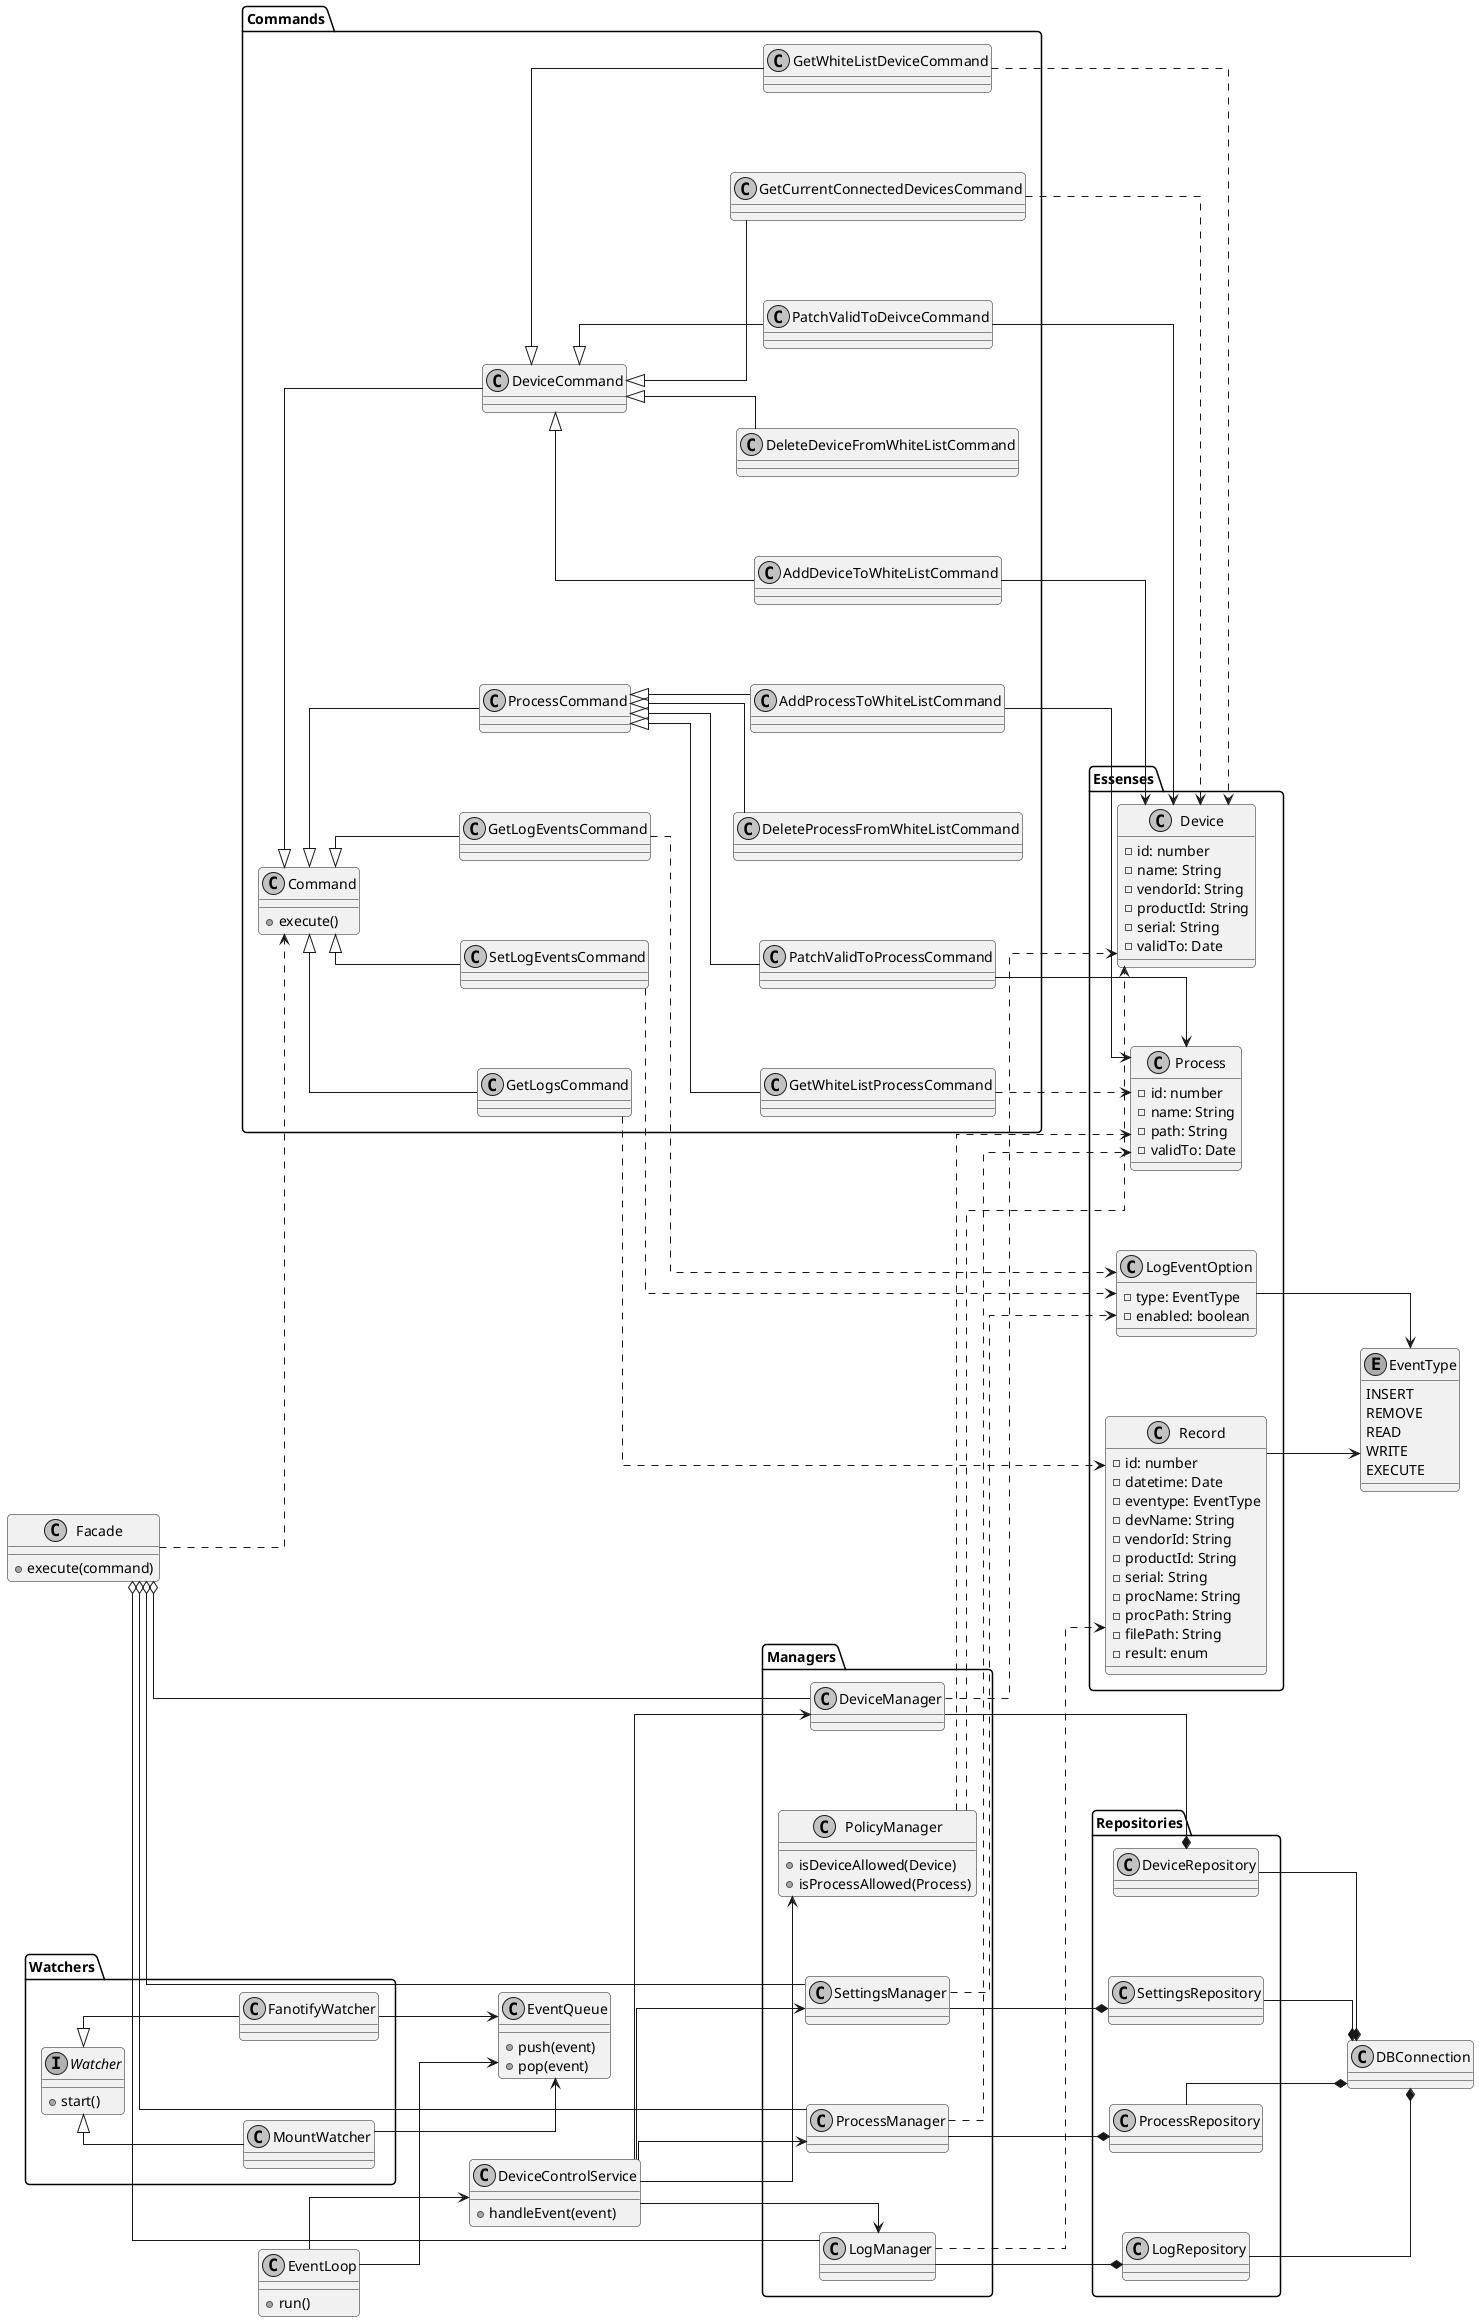
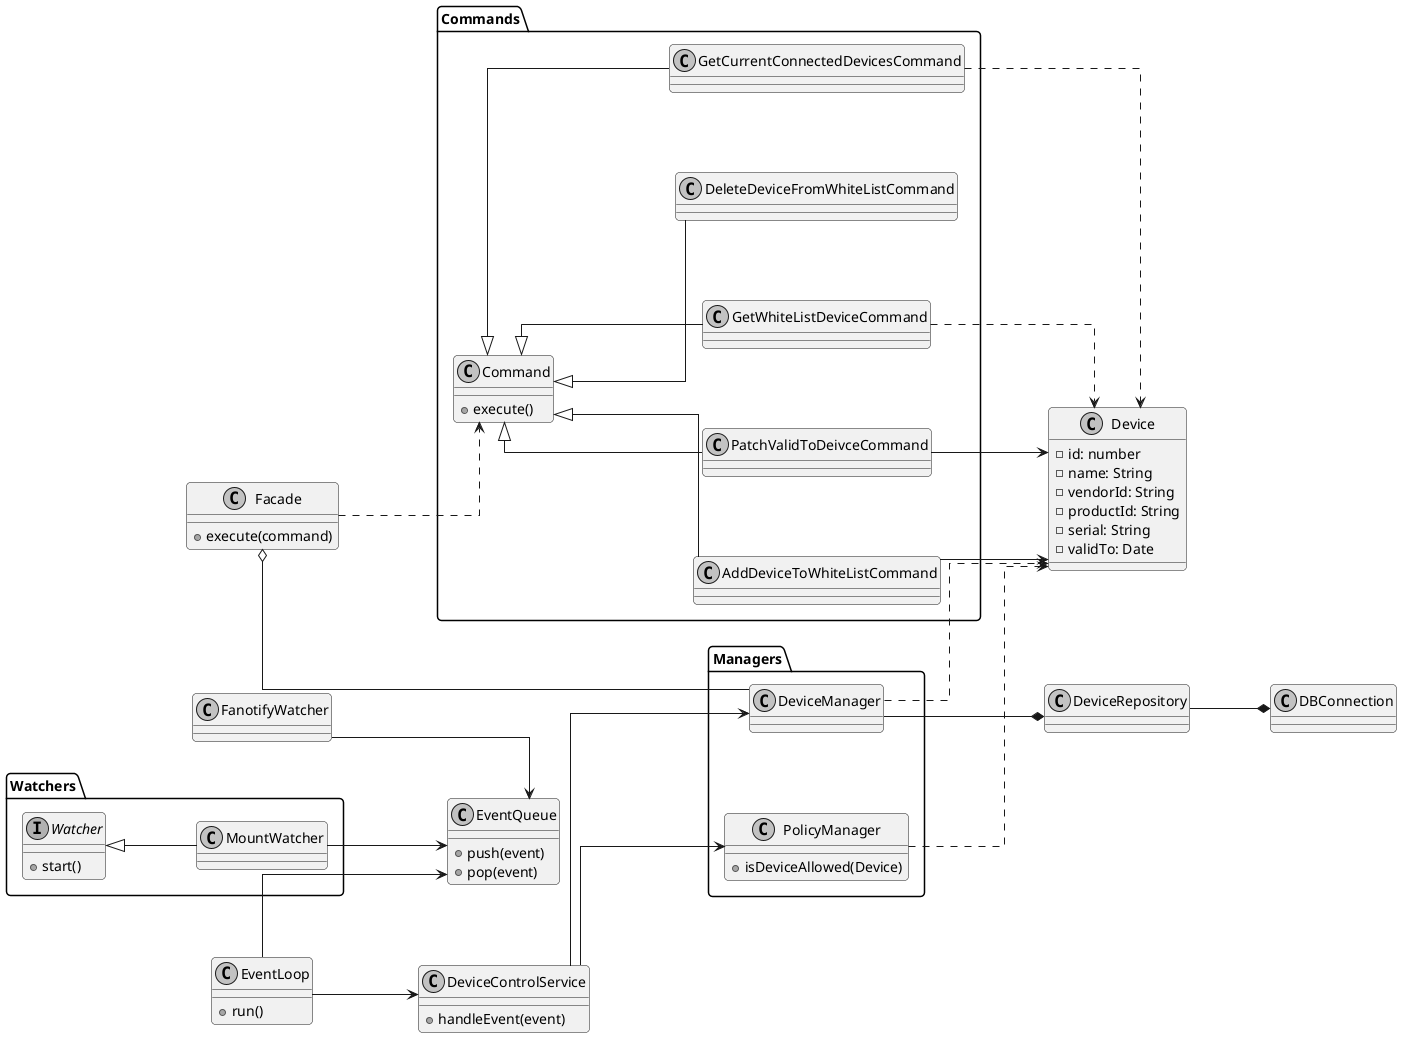
@startuml

skinparam linetype ortho

skinparam shadowing false
skinparam roundcorner 8
skinparam monochrome true

skinparam nodesep 80
skinparam ranksep 80
skinparam packagePadding 20

left to right direction

' =========================
' СУЩНОСТИ
' =========================
- enum EventType {
-   INSERT
-   REMOVE
-   READ
-   WRITE
-   EXECUTE
+ class Device {
+   - id: number
+   - name: String
+   - vendorId: String
+   - productId: String
+   - serial: String
+   - validTo: Date
}
- package "Essenses" {
-     class Device {
-     - id: number
-     - name: String
-     - vendorId: String
-     - productId: String
-     - serial: String
-     - validTo: Date
-     }
-     class Process {
-     - id: number
-     - name: String
-     - path: String
-     - validTo: Date
-     }
-     class Record {
-     - id: number
-     - datetime: Date
-     - eventype: EventType
-     - devName: String
-     - vendorId: String
-     - productId: String
-     - serial: String
-     - procName: String
-     - procPath: String
-     - filePath: String
-     - result: enum
-     }
-     class LogEventOption {
-     - type: EventType
-     - enabled: boolean
-     }
- }
- 
- Record --> EventType
- LogEventOption --> EventType

' =========================
' РЕПОЗИТОРИИ
' =========================
- package "Repositories" {
-   class SettingsRepository
-   class DeviceRepository
-   class ProcessRepository
-   class LogRepository
- }
- 
+ class DeviceRepository
class DBConnection
- 
- SettingsRepository --* DBConnection
DeviceRepository --* DBConnection
- ProcessRepository --* DBConnection
- LogRepository --* DBConnection

' =========================
' МЕНЕДЖЕРЫ
' =========================
package "Managers" {
-   class SettingsManager
  class DeviceManager
-   class ProcessManager
-   class LogManager
  class PolicyManager {
    +isDeviceAllowed(Device)
-     +isProcessAllowed(Process)
  }
}

- SettingsManager --* SettingsRepository
DeviceManager --* DeviceRepository
- ProcessManager --* ProcessRepository
- LogManager --* LogRepository

DeviceManager ..> Device
- ProcessManager ..> Process
- LogManager ..> Record
- SettingsManager ..> LogEventOption
- 
PolicyManager ..> Device
- PolicyManager ..> Process

' =========================
' ФАСАД
' =========================
class Facade {
  +execute(command)
}

- Facade o-- SettingsManager
Facade o-- DeviceManager
- Facade o-- LogManager
- Facade o-- ProcessManager

' =========================
' КОМАНДЫ
' =========================
package "Commands" {
  class Command {
    +execute()
  }
-   class DeviceCommand
-   class SetLogEventsCommand
-   class GetLogEventsCommand
-   class ProcessCommand
-   class GetLogsCommand
- 
  class GetWhiteListDeviceCommand
  class AddDeviceToWhiteListCommand
  class DeleteDeviceFromWhiteListCommand
  class PatchValidToDeivceCommand
  class GetCurrentConnectedDevicesCommand
- 
-   class GetWhiteListProcessCommand
-   class AddProcessToWhiteListCommand
-   class DeleteProcessFromWhiteListCommand
-   class PatchValidToProcessCommand
}
- 
- Command <|-- DeviceCommand
- Command <|-- SetLogEventsCommand
- Command <|-- GetLogEventsCommand
- Command <|-- ProcessCommand
- Command <|-- GetLogsCommand

Facade ..> Command

- GetLogsCommand ..> Record
- SetLogEventsCommand ..> LogEventOption
- GetLogEventsCommand ..> LogEventOption
- 
- DeviceCommand <|-- GetWhiteListDeviceCommand
- DeviceCommand <|-- AddDeviceToWhiteListCommand
- DeviceCommand <|-- DeleteDeviceFromWhiteListCommand
- DeviceCommand <|-- PatchValidToDeivceCommand
- DeviceCommand <|-- GetCurrentConnectedDevicesCommand
+ Command <|-- GetWhiteListDeviceCommand
+ Command <|-- AddDeviceToWhiteListCommand
+ Command <|-- DeleteDeviceFromWhiteListCommand
+ Command <|-- PatchValidToDeivceCommand
+ Command <|-- GetCurrentConnectedDevicesCommand

GetCurrentConnectedDevicesCommand ..> Device
PatchValidToDeivceCommand --> Device
AddDeviceToWhiteListCommand --> Device
GetWhiteListDeviceCommand ..> Device
- 
- ProcessCommand <|-- GetWhiteListProcessCommand
- ProcessCommand <|-- AddProcessToWhiteListCommand
- ProcessCommand <|-- DeleteProcessFromWhiteListCommand
- ProcessCommand <|-- PatchValidToProcessCommand
- 
- PatchValidToProcessCommand --> Process
- AddProcessToWhiteListCommand --> Process
- GetWhiteListProcessCommand ..> Process

' =========================
' WATCHERS
' =========================
package "Watchers" {
interface Watcher {
    +start()
}

class MountWatcher
- class FanotifyWatcher
}

Watcher <|-- MountWatcher
- Watcher <|-- FanotifyWatcher

' =========================
' ОЧЕРЕДЬ
' =========================
class EventQueue {
    +push(event)
    +pop(event)
}

- ' =========================
- ' ДИСПЕТЧЕР / WORKER
- ' =========================
class EventLoop {
    +run()
}

EventLoop --> EventQueue

- ' =========================
- ' ГЛАВНЫЙ СЕРВИС (ядро)
- ' =========================
class DeviceControlService {
    +handleEvent(event)
}

EventLoop --> DeviceControlService

DeviceControlService --> DeviceManager
- DeviceControlService --> ProcessManager
- DeviceControlService --> LogManager
- DeviceControlService --> SettingsManager
DeviceControlService --> PolicyManager

MountWatcher --> EventQueue
FanotifyWatcher --> EventQueue

@enduml